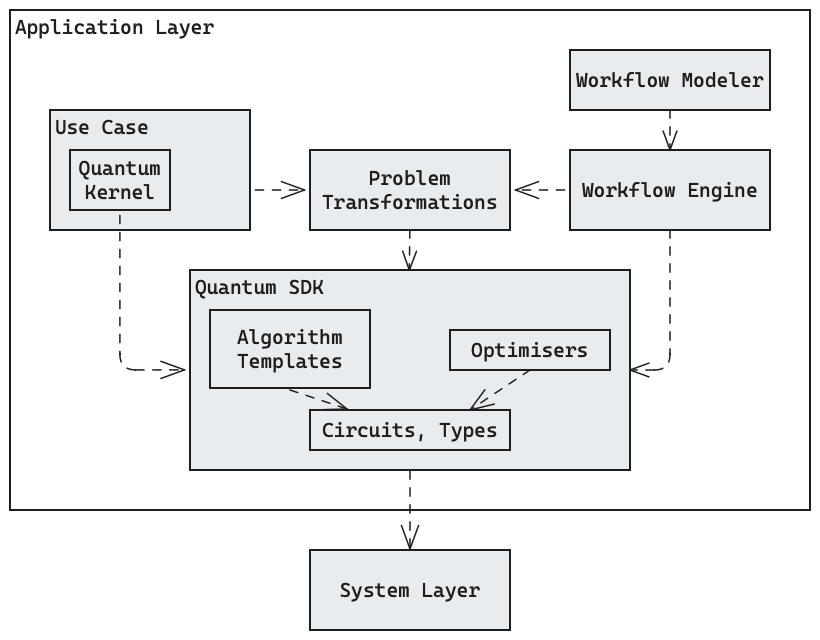
This is docs/images/Building-Blocks-L2-Application-Layer.excalidraw.png from FullStaQD/architecture, a Excalidraw export, as it was before one commit. Source tidied: one line per element, renumbered; positions are measured from the earlier drawing's top-left corner, leaving out a move shared by most shapes.
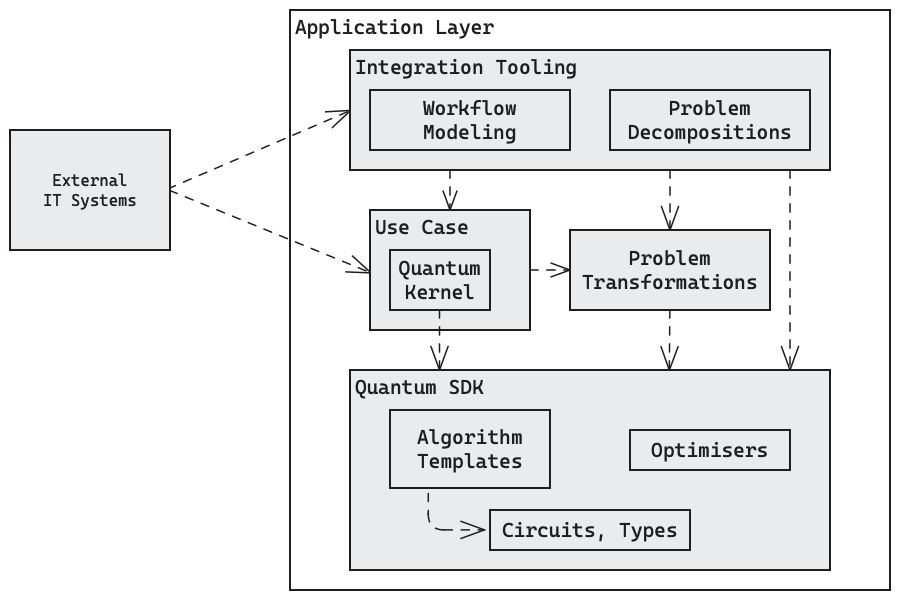
The same diagram one commit later.

Commit message:
docs(building-blocks): update application layer, describe interfaces

The edit, as a diff of the source:
```diff
@@ -1,31 +1,33 @@
-{"id": 0, "type": "rectangle", "strokeColor": "#1e1e1e", "backgroundColor": "#ffffff", "fillStyle": "solid", "strokeWidth": 1, "roughness": 0, "x": 0, "y": 0, "width": 800, "height": 500}
+{"id": 0, "type": "rectangle", "strokeColor": "#1e1e1e", "backgroundColor": "#ffffff", "fillStyle": "solid", "strokeWidth": 1, "roughness": 0, "x": 100, "y": -100, "width": 600, "height": 580}
-{"id": 1, "type": "text", "text": "Application Layer", "strokeColor": "#1e1e1e", "strokeWidth": 1, "roughness": 0, "fontSize": 20, "fontFamily": 3, "inside": 0, "x": 5, "y": 5, "width": 199, "height": 24}
+{"id": 1, "type": "text", "text": "Application Layer", "strokeColor": "#1e1e1e", "strokeWidth": 1, "roughness": 0, "fontSize": 20, "fontFamily": 3, "inside": 0, "x": 105, "y": -95, "width": 199, "height": 24}
-{"id": 2, "type": "rectangle", "strokeColor": "#1e1e1e", "backgroundColor": "#e9ecef", "fillStyle": "solid", "strokeWidth": 1, "roughness": 0, "x": 40, "y": 100, "width": 200, "height": 120}
-{"id": 3, "type": "text", "text": "Use Case", "strokeColor": "#1e1e1e", "backgroundColor": "#ffffff", "fillStyle": "solid", "strokeWidth": 1, "roughness": 0, "fontSize": 20, "fontFamily": 3, "inside": 2, "x": 45, "y": 105, "width": 94, "height": 24}
-{"id": 4, "type": "rectangle", "strokeColor": "#1e1e1e", "backgroundColor": "#e9ecef", "fillStyle": "solid", "strokeWidth": 1, "roughness": 0, "x": 560, "y": 40, "width": 200, "height": 60}
-{"id": 5, "type": "text", "text": "Workflow Modeler", "strokeColor": "#1e1e1e", "backgroundColor": "#ffffff", "fillStyle": "solid", "strokeWidth": 1, "roughness": 0, "fontSize": 20, "fontFamily": 3, "textAlign": "center", "verticalAlign": "middle", "inside": 4, "x": 566, "y": 58, "width": 188, "height": 24}
+{"id": 31, "type": "arrow", "strokeColor": "#1e1e1e", "backgroundColor": "#e9ecef", "fillStyle": "solid", "strokeWidth": 1, "strokeStyle": "dashed", "roughness": 0, "endArrowhead": "arrow", "round": true, "from": 40, "to": 32, "x": -22, "y": 79, "width": 183, "height": 78, "points": [[0, 0], [183, -78]]}
+{"id": 32, "type": "rectangle", "strokeColor": "#1e1e1e", "backgroundColor": "#e9ecef", "fillStyle": "solid", "strokeWidth": 1, "roughness": 0, "x": 160, "y": -60, "width": 480, "height": 120}
+{"id": 33, "type": "text", "text": "Integration Tooling", "strokeColor": "#1e1e1e", "backgroundColor": "#ffffff", "fillStyle": "solid", "strokeWidth": 1, "roughness": 0, "fontSize": 20, "fontFamily": 3, "inside": 32, "x": 165, "y": -55, "width": 223, "height": 24}
-{"id": 6, "type": "rectangle", "strokeColor": "#1e1e1e", "backgroundColor": "#e9ecef", "fillStyle": "solid", "strokeWidth": 1, "roughness": 0, "x": 180, "y": 260, "width": 440, "height": 200}
+{"id": 6, "type": "rectangle", "strokeColor": "#1e1e1e", "backgroundColor": "#e9ecef", "fillStyle": "solid", "strokeWidth": 1, "roughness": 0, "x": 160, "y": 260, "width": 480, "height": 200}
-{"id": 7, "type": "text", "text": "Quantum SDK", "strokeColor": "#1e1e1e", "backgroundColor": "#ffffff", "fillStyle": "solid", "strokeWidth": 1, "roughness": 0, "fontSize": 20, "fontFamily": 3, "inside": 6, "x": 185, "y": 265, "width": 129, "height": 24}
+{"id": 7, "type": "text", "text": "Quantum SDK", "strokeColor": "#1e1e1e", "backgroundColor": "#ffffff", "fillStyle": "solid", "strokeWidth": 1, "roughness": 0, "fontSize": 20, "fontFamily": 3, "inside": 6, "x": 165, "y": 265, "width": 129, "height": 24}
-{"id": 8, "type": "rectangle", "strokeColor": "#1e1e1e", "backgroundColor": "#e9ecef", "fillStyle": "solid", "strokeWidth": 1, "roughness": 0, "x": 300, "y": 140, "width": 200, "height": 80}
+{"id": 8, "type": "rectangle", "strokeColor": "#1e1e1e", "backgroundColor": "#e9ecef", "fillStyle": "solid", "strokeWidth": 1, "roughness": 0, "x": 380, "y": 120, "width": 200, "height": 80}
-{"id": 9, "type": "text", "text": "Problem\nTransformations", "strokeColor": "#1e1e1e", "backgroundColor": "#ffffff", "fillStyle": "solid", "strokeWidth": 1, "roughness": 0, "fontSize": 20, "fontFamily": 3, "textAlign": "center", "verticalAlign": "middle", "inside": 8, "x": 312, "y": 156, "width": 176, "height": 48}
+{"id": 9, "type": "text", "text": "Problem\nTransformations", "strokeColor": "#1e1e1e", "backgroundColor": "#ffffff", "fillStyle": "solid", "strokeWidth": 1, "roughness": 0, "fontSize": 20, "fontFamily": 3, "textAlign": "center", "verticalAlign": "middle", "inside": 8, "x": 392, "y": 136, "width": 176, "height": 48}
-{"id": 10, "type": "rectangle", "strokeColor": "#1e1e1e", "backgroundColor": "#e9ecef", "fillStyle": "solid", "strokeWidth": 1, "roughness": 0, "x": 300, "y": 540, "width": 200, "height": 80}
-{"id": 11, "type": "text", "text": "System Layer", "strokeColor": "#1e1e1e", "backgroundColor": "#ffffff", "fillStyle": "solid", "strokeWidth": 1, "roughness": 0, "fontSize": 20, "fontFamily": 3, "textAlign": "center", "verticalAlign": "middle", "inside": 10, "x": 330, "y": 568, "width": 141, "height": 24}
-{"id": 12, "type": "rectangle", "strokeColor": "#1e1e1e", "backgroundColor": "#e9ecef", "fillStyle": "solid", "strokeWidth": 1, "roughness": 0, "x": 560, "y": 140, "width": 200, "height": 80}
-{"id": 13, "type": "text", "text": "Workflow Engine", "strokeColor": "#1e1e1e", "backgroundColor": "#ffffff", "fillStyle": "solid", "strokeWidth": 1, "roughness": 0, "fontSize": 20, "fontFamily": 3, "textAlign": "center", "verticalAlign": "middle", "inside": 12, "x": 572, "y": 168, "width": 176, "height": 24}
 {"id": 14, "type": "rectangle", "strokeColor": "#1e1e1e", "backgroundColor": "#e9ecef", "fillStyle": "solid", "strokeWidth": 1, "roughness": 0, "x": 200, "y": 300, "width": 160, "height": 78}
 {"id": 15, "type": "text", "text": "Algorithm\nTemplates", "strokeColor": "#1e1e1e", "backgroundColor": "#ffffff", "fillStyle": "solid", "strokeWidth": 1, "roughness": 0, "fontSize": 20, "fontFamily": 3, "textAlign": "center", "verticalAlign": "middle", "inside": 14, "x": 227, "y": 315, "width": 105, "height": 48}
 {"id": 16, "type": "rectangle", "strokeColor": "#1e1e1e", "backgroundColor": "#e9ecef", "fillStyle": "solid", "strokeWidth": 1, "roughness": 0, "x": 300, "y": 400, "width": 200, "height": 40}
 {"id": 17, "type": "text", "text": "Circuits, Types", "strokeColor": "#1e1e1e", "backgroundColor": "#ffffff", "fillStyle": "solid", "strokeWidth": 1, "roughness": 0, "fontSize": 20, "fontFamily": 3, "textAlign": "center", "verticalAlign": "middle", "inside": 16, "x": 312, "y": 408, "width": 176, "height": 24}
 {"id": 18, "type": "rectangle", "strokeColor": "#1e1e1e", "backgroundColor": "#e9ecef", "fillStyle": "solid", "strokeWidth": 1, "roughness": 0, "x": 440, "y": 320, "width": 160, "height": 40}
 {"id": 19, "type": "text", "text": "Optimisers", "strokeColor": "#1e1e1e", "backgroundColor": "#ffffff", "fillStyle": "solid", "strokeWidth": 1, "roughness": 0, "fontSize": 20, "fontFamily": 3, "textAlign": "center", "verticalAlign": "middle", "inside": 18, "x": 461, "y": 328, "width": 117, "height": 24}
-{"id": 20, "type": "arrow", "strokeColor": "#1e1e1e", "backgroundColor": "#e9ecef", "fillStyle": "solid", "strokeWidth": 1, "strokeStyle": "dashed", "roughness": 0, "endArrowhead": "arrow", "round": true, "from": 12, "to": 8, "x": 554, "y": 180, "width": 49, "height": 0, "points": [[0, 0], [-49, 0]]}
-{"id": 21, "type": "arrow", "strokeColor": "#1e1e1e", "backgroundColor": "#e9ecef", "fillStyle": "solid", "strokeWidth": 1, "strokeStyle": "dashed", "roughness": 0, "endArrowhead": "arrow", "round": true, "from": 2, "to": 8, "x": 246, "y": 180, "width": 49, "height": 0, "points": [[0, 0], [49, 0]]}
-{"id": 22, "type": "arrow", "strokeColor": "#1e1e1e", "backgroundColor": "#e9ecef", "fillStyle": "solid", "strokeWidth": 1, "strokeStyle": "dashed", "roughness": 0, "endArrowhead": "arrow", "round": true, "from": 4, "to": 12, "x": 660, "y": 100, "width": 0, "height": 40, "points": [[0, 0], [0, 40]]}
-{"id": 23, "type": "arrow", "strokeColor": "#1e1e1e", "backgroundColor": "#e9ecef", "fillStyle": "solid", "strokeWidth": 1, "strokeStyle": "dashed", "roughness": 0, "endArrowhead": "arrow", "from": 12, "to": 6, "x": 660, "y": 220, "width": 40, "height": 140, "points": [[0, 0], [0, 140], [-40, 140]]}
-{"id": 24, "type": "arrow", "strokeColor": "#1e1e1e", "backgroundColor": "#e9ecef", "fillStyle": "solid", "strokeWidth": 1, "strokeStyle": "dashed", "roughness": 0, "endArrowhead": "arrow", "round": true, "from": 6, "to": 10, "x": 400, "y": 461, "width": 0, "height": 78, "points": [[0, 0], [0, 78]]}
-{"id": 25, "type": "arrow", "strokeColor": "#1e1e1e", "backgroundColor": "#e9ecef", "fillStyle": "solid", "strokeWidth": 1, "strokeStyle": "dashed", "roughness": 0, "endArrowhead": "arrow", "round": true, "from": 18, "to": 16, "x": 520, "y": 360, "width": 60, "height": 40, "points": [[0, 0], [-60, 40]]}
-{"id": 26, "type": "arrow", "strokeColor": "#1e1e1e", "backgroundColor": "#e9ecef", "fillStyle": "solid", "strokeWidth": 1, "strokeStyle": "dashed", "roughness": 0, "endArrowhead": "arrow", "round": true, "from": 14, "to": 16, "x": 280, "y": 380, "width": 57, "height": 19, "points": [[0, 0], [57, 19]]}
+{"id": 26, "type": "arrow", "strokeColor": "#1e1e1e", "backgroundColor": "#e9ecef", "fillStyle": "solid", "strokeWidth": 1, "strokeStyle": "dashed", "roughness": 0, "endArrowhead": "arrow", "from": 14, "to": 16, "x": 238, "y": 384, "width": 56, "height": 36, "points": [[0, 0], [0, 36], [56, 36]]}
+{"id": 30, "type": "arrow", "strokeColor": "#1e1e1e", "backgroundColor": "#e9ecef", "fillStyle": "solid", "strokeWidth": 1, "strokeStyle": "dashed", "roughness": 0, "endArrowhead": "arrow", "round": true, "from": 8, "x": 480, "y": 200, "width": 1, "height": 60, "points": [[0, 0], [-1, 60]]}
+{"id": 12, "type": "rectangle", "strokeColor": "#1e1e1e", "backgroundColor": "#e9ecef", "fillStyle": "solid", "strokeWidth": 1, "roughness": 0, "x": 420, "y": -20, "width": 200, "height": 60}
+{"id": 13, "type": "text", "text": "Problem\nDecompositions", "strokeColor": "#1e1e1e", "backgroundColor": "#ffffff", "fillStyle": "solid", "strokeWidth": 1, "roughness": 0, "fontSize": 20, "fontFamily": 3, "textAlign": "center", "verticalAlign": "middle", "inside": 12, "x": 438, "y": -14, "width": 164, "height": 48}
+{"id": 34, "type": "arrow", "strokeColor": "#1e1e1e", "backgroundColor": "#e9ecef", "fillStyle": "solid", "strokeWidth": 1, "strokeStyle": "dashed", "roughness": 0, "endArrowhead": "arrow", "round": true, "x": 480, "y": 60, "width": 0, "height": 60, "points": [[0, 0], [0, 60]]}
+{"id": 35, "type": "arrow", "strokeColor": "#1e1e1e", "backgroundColor": "#e9ecef", "fillStyle": "solid", "strokeWidth": 1, "strokeStyle": "dashed", "roughness": 0, "endArrowhead": "arrow", "round": true, "x": 600, "y": 60, "width": 0, "height": 200, "points": [[0, 0], [0, 200]]}
+{"id": 36, "type": "arrow", "strokeColor": "#1e1e1e", "backgroundColor": "#e9ecef", "fillStyle": "solid", "strokeWidth": 1, "strokeStyle": "dashed", "roughness": 0, "endArrowhead": "arrow", "round": true, "x": 260, "y": 60, "width": 0, "height": 40, "points": [[0, 0], [0, 40]]}
+{"id": 37, "type": "arrow", "strokeColor": "#1e1e1e", "backgroundColor": "#e9ecef", "fillStyle": "solid", "strokeWidth": 1, "strokeStyle": "dashed", "roughness": 0, "endArrowhead": "arrow", "round": true, "x": 340, "y": 160, "width": 40, "height": 0, "points": [[0, 0], [40, 0]]}
+{"id": 38, "type": "arrow", "strokeColor": "#1e1e1e", "backgroundColor": "#e9ecef", "fillStyle": "solid", "strokeWidth": 1, "strokeStyle": "dashed", "roughness": 0, "endArrowhead": "arrow", "round": true, "from": 40, "to": 2, "x": -20, "y": 80, "width": 201, "height": 82, "points": [[0, 0], [201, 82]]}
+{"id": 2, "type": "rectangle", "strokeColor": "#1e1e1e", "backgroundColor": "#e9ecef", "fillStyle": "solid", "strokeWidth": 1, "roughness": 0, "x": 180, "y": 100, "width": 160, "height": 120}
+{"id": 3, "type": "text", "text": "Use Case", "strokeColor": "#1e1e1e", "backgroundColor": "#ffffff", "fillStyle": "solid", "strokeWidth": 1, "roughness": 0, "fontSize": 20, "fontFamily": 3, "inside": 2, "x": 185, "y": 105, "width": 94, "height": 24}
-{"id": 27, "type": "rectangle", "strokeColor": "#1e1e1e", "backgroundColor": "#e9ecef", "fillStyle": "solid", "strokeWidth": 1, "roughness": 0, "x": 60, "y": 140, "width": 100, "height": 60}
+{"id": 27, "type": "rectangle", "strokeColor": "#1e1e1e", "backgroundColor": "#e9ecef", "fillStyle": "solid", "strokeWidth": 1, "roughness": 0, "x": 200, "y": 140, "width": 100, "height": 60}
-{"id": 28, "type": "text", "text": "Quantum\nKernel", "strokeColor": "#1e1e1e", "backgroundColor": "#ffffff", "fillStyle": "solid", "strokeWidth": 1, "roughness": 0, "fontSize": 20, "fontFamily": 3, "textAlign": "center", "verticalAlign": "middle", "inside": 27, "x": 69, "y": 146, "width": 82, "height": 48}
+{"id": 28, "type": "text", "text": "Quantum\nKernel", "strokeColor": "#1e1e1e", "backgroundColor": "#ffffff", "fillStyle": "solid", "strokeWidth": 1, "roughness": 0, "fontSize": 20, "fontFamily": 3, "textAlign": "center", "verticalAlign": "middle", "inside": 27, "x": 209, "y": 146, "width": 82, "height": 48}
-{"id": 29, "type": "arrow", "strokeColor": "#1e1e1e", "backgroundColor": "#e9ecef", "fillStyle": "solid", "strokeWidth": 1, "strokeStyle": "dashed", "roughness": 0, "endArrowhead": "arrow", "from": 27, "to": 6, "x": 110, "y": 206, "width": 65, "height": 154, "points": [[0, 0], [0, 154], [65, 154]]}
-{"id": 30, "type": "arrow", "strokeColor": "#1e1e1e", "backgroundColor": "#e9ecef", "fillStyle": "solid", "strokeWidth": 1, "strokeStyle": "dashed", "roughness": 0, "endArrowhead": "arrow", "round": true, "from": 8, "to": 6, "x": 400, "y": 220, "width": 1, "height": 40, "points": [[0, 0], [-1, 40]]}
+{"id": 4, "type": "rectangle", "strokeColor": "#1e1e1e", "backgroundColor": "#e9ecef", "fillStyle": "solid", "strokeWidth": 1, "roughness": 0, "x": 180, "y": -20, "width": 200, "height": 60}
+{"id": 5, "type": "text", "text": "Workflow\nModeling", "strokeColor": "#1e1e1e", "backgroundColor": "#ffffff", "fillStyle": "solid", "strokeWidth": 1, "roughness": 0, "fontSize": 20, "fontFamily": 3, "textAlign": "center", "verticalAlign": "middle", "inside": 4, "x": 233, "y": -14, "width": 94, "height": 48}
+{"id": 39, "type": "arrow", "strokeColor": "#1e1e1e", "backgroundColor": "#e9ecef", "fillStyle": "solid", "strokeWidth": 1, "strokeStyle": "dashed", "roughness": 0, "endArrowhead": "arrow", "round": true, "x": 250, "y": 200, "width": 0, "height": 60, "points": [[0, 0], [0, 60]]}
+{"id": 40, "type": "rectangle", "strokeColor": "#1e1e1e", "backgroundColor": "#e9ecef", "fillStyle": "solid", "strokeWidth": 1, "roughness": 0, "x": -180, "y": 20, "width": 160, "height": 120}
+{"id": 41, "type": "text", "text": "External\nIT Systems", "strokeColor": "#1e1e1e", "backgroundColor": "#e9ecef", "fillStyle": "solid", "strokeWidth": 1, "roughness": 0, "fontSize": 16, "fontFamily": 3, "textAlign": "center", "verticalAlign": "middle", "inside": 40, "x": -147, "y": 61, "width": 94, "height": 38}
```
